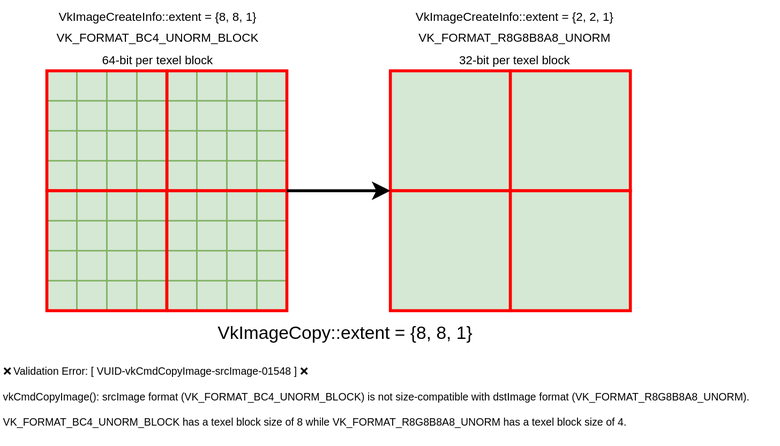
Earlier version of the draw.io export chapters/images/image_copies_mismatch_block_size.svg (KhronosGroup/Vulkan-Guide). Source tidied: cells renumbered, new cells last; positions are measured from the earlier drawing's top-left corner, leaving out a move shared by most shapes. The source it was exported from:
```xml
<mxGraphModel>
  <root>
    <mxCell id="0" />
    <mxCell id="1" parent="0" />
    <mxCell id="2" value="&lt;font style=&quot;font-size: 8px;&quot;&gt;VkImageCreateInfo::extent = {8, 8, 1}&lt;/font&gt;&lt;div&gt;&lt;font style=&quot;font-size: 8px;&quot;&gt;VK_FORMAT_BC4_UNORM_BLOCK &lt;br&gt;64-bit per texel block&lt;/font&gt;&lt;/div&gt;" style="text;html=1;align=center;verticalAlign=middle;whiteSpace=wrap;rounded=0;" parent="1" vertex="1">
      <mxGeometry width="210" height="47" as="geometry" />
    </mxCell>
    <mxCell id="3" style="group;fillColor=#d5e8d4;strokeColor=#82b366;" parent="1" vertex="1">
      <mxGeometry x="111" y="47" width="80" height="80" as="geometry" />
    </mxCell>
    <mxCell id="4" style="rounded=0;whiteSpace=wrap;html=1;fillColor=#d5e8d4;strokeColor=#82b366;" parent="3" vertex="1">
      <mxGeometry width="20" height="20" as="geometry" />
    </mxCell>
    <mxCell id="5" style="rounded=0;whiteSpace=wrap;html=1;fillColor=#d5e8d4;strokeColor=#82b366;" parent="3" vertex="1">
      <mxGeometry x="20" width="20" height="20" as="geometry" />
    </mxCell>
    <mxCell id="6" style="rounded=0;whiteSpace=wrap;html=1;fillColor=#d5e8d4;strokeColor=#82b366;" parent="3" vertex="1">
      <mxGeometry y="20" width="20" height="20" as="geometry" />
    </mxCell>
    <mxCell id="7" style="rounded=0;whiteSpace=wrap;html=1;fillColor=#d5e8d4;strokeColor=#82b366;" parent="3" vertex="1">
      <mxGeometry x="20" y="20" width="20" height="20" as="geometry" />
    </mxCell>
    <mxCell id="8" style="rounded=0;whiteSpace=wrap;html=1;fillColor=#d5e8d4;strokeColor=#82b366;" parent="3" vertex="1">
      <mxGeometry x="40" width="20" height="20" as="geometry" />
    </mxCell>
    <mxCell id="9" style="rounded=0;whiteSpace=wrap;html=1;fillColor=#d5e8d4;strokeColor=#82b366;" parent="3" vertex="1">
      <mxGeometry x="60" width="20" height="20" as="geometry" />
    </mxCell>
    <mxCell id="10" style="rounded=0;whiteSpace=wrap;html=1;fillColor=#d5e8d4;strokeColor=#82b366;" parent="3" vertex="1">
      <mxGeometry x="40" y="20" width="20" height="20" as="geometry" />
    </mxCell>
    <mxCell id="11" style="rounded=0;whiteSpace=wrap;html=1;fillColor=#d5e8d4;strokeColor=#82b366;" parent="3" vertex="1">
      <mxGeometry x="60" y="20" width="20" height="20" as="geometry" />
    </mxCell>
    <mxCell id="12" style="rounded=0;whiteSpace=wrap;html=1;fillColor=#d5e8d4;strokeColor=#82b366;" parent="3" vertex="1">
      <mxGeometry y="40" width="20" height="20" as="geometry" />
    </mxCell>
    <mxCell id="13" style="rounded=0;whiteSpace=wrap;html=1;fillColor=#d5e8d4;strokeColor=#82b366;" parent="3" vertex="1">
      <mxGeometry x="20" y="40" width="20" height="20" as="geometry" />
    </mxCell>
    <mxCell id="14" style="rounded=0;whiteSpace=wrap;html=1;fillColor=#d5e8d4;strokeColor=#82b366;" parent="3" vertex="1">
      <mxGeometry y="60" width="20" height="20" as="geometry" />
    </mxCell>
    <mxCell id="15" style="rounded=0;whiteSpace=wrap;html=1;fillColor=#d5e8d4;strokeColor=#82b366;" parent="3" vertex="1">
      <mxGeometry x="20" y="60" width="20" height="20" as="geometry" />
    </mxCell>
    <mxCell id="16" style="rounded=0;whiteSpace=wrap;html=1;fillColor=#d5e8d4;strokeColor=#82b366;" parent="3" vertex="1">
      <mxGeometry x="40" y="40" width="20" height="20" as="geometry" />
    </mxCell>
    <mxCell id="17" style="rounded=0;whiteSpace=wrap;html=1;fillColor=#d5e8d4;strokeColor=#82b366;" parent="3" vertex="1">
      <mxGeometry x="60" y="40" width="20" height="20" as="geometry" />
    </mxCell>
    <mxCell id="18" style="rounded=0;whiteSpace=wrap;html=1;fillColor=#d5e8d4;strokeColor=#82b366;" parent="3" vertex="1">
      <mxGeometry x="40" y="60" width="20" height="20" as="geometry" />
    </mxCell>
    <mxCell id="19" style="rounded=0;whiteSpace=wrap;html=1;fillColor=#d5e8d4;strokeColor=#82b366;" parent="3" vertex="1">
      <mxGeometry x="60" y="60" width="20" height="20" as="geometry" />
    </mxCell>
    <mxCell id="20" style="rounded=0;whiteSpace=wrap;html=1;fillColor=none;strokeColor=#FF0000;strokeWidth=2;" parent="3" vertex="1">
      <mxGeometry width="80" height="80" as="geometry" />
    </mxCell>
    <mxCell id="21" style="group;fillColor=#d5e8d4;strokeColor=#82b366;" parent="1" vertex="1">
      <mxGeometry x="31" y="47" width="80" height="80" as="geometry" />
    </mxCell>
    <mxCell id="22" style="rounded=0;whiteSpace=wrap;html=1;fillColor=#d5e8d4;strokeColor=#82b366;" parent="21" vertex="1">
      <mxGeometry width="20" height="20" as="geometry" />
    </mxCell>
    <mxCell id="23" style="rounded=0;whiteSpace=wrap;html=1;fillColor=#d5e8d4;strokeColor=#82b366;" parent="21" vertex="1">
      <mxGeometry x="20" width="20" height="20" as="geometry" />
    </mxCell>
    <mxCell id="24" style="rounded=0;whiteSpace=wrap;html=1;fillColor=#d5e8d4;strokeColor=#82b366;" parent="21" vertex="1">
      <mxGeometry y="20" width="20" height="20" as="geometry" />
    </mxCell>
    <mxCell id="25" style="rounded=0;whiteSpace=wrap;html=1;fillColor=#d5e8d4;strokeColor=#82b366;" parent="21" vertex="1">
      <mxGeometry x="20" y="20" width="20" height="20" as="geometry" />
    </mxCell>
    <mxCell id="26" style="rounded=0;whiteSpace=wrap;html=1;fillColor=#d5e8d4;strokeColor=#82b366;" parent="21" vertex="1">
      <mxGeometry x="40" width="20" height="20" as="geometry" />
    </mxCell>
    <mxCell id="27" style="rounded=0;whiteSpace=wrap;html=1;fillColor=#d5e8d4;strokeColor=#82b366;" parent="21" vertex="1">
      <mxGeometry x="60" width="20" height="20" as="geometry" />
    </mxCell>
    <mxCell id="28" style="rounded=0;whiteSpace=wrap;html=1;fillColor=#d5e8d4;strokeColor=#82b366;" parent="21" vertex="1">
      <mxGeometry x="40" y="20" width="20" height="20" as="geometry" />
    </mxCell>
    <mxCell id="29" style="rounded=0;whiteSpace=wrap;html=1;fillColor=#d5e8d4;strokeColor=#82b366;" parent="21" vertex="1">
      <mxGeometry x="60" y="20" width="20" height="20" as="geometry" />
    </mxCell>
    <mxCell id="30" style="rounded=0;whiteSpace=wrap;html=1;fillColor=#d5e8d4;strokeColor=#82b366;" parent="21" vertex="1">
      <mxGeometry y="40" width="20" height="20" as="geometry" />
    </mxCell>
    <mxCell id="31" style="rounded=0;whiteSpace=wrap;html=1;fillColor=#d5e8d4;strokeColor=#82b366;" parent="21" vertex="1">
      <mxGeometry x="20" y="40" width="20" height="20" as="geometry" />
    </mxCell>
    <mxCell id="32" style="rounded=0;whiteSpace=wrap;html=1;fillColor=#d5e8d4;strokeColor=#82b366;" parent="21" vertex="1">
      <mxGeometry y="60" width="20" height="20" as="geometry" />
    </mxCell>
    <mxCell id="33" style="rounded=0;whiteSpace=wrap;html=1;fillColor=#d5e8d4;strokeColor=#82b366;" parent="21" vertex="1">
      <mxGeometry x="20" y="60" width="20" height="20" as="geometry" />
    </mxCell>
    <mxCell id="34" style="rounded=0;whiteSpace=wrap;html=1;fillColor=#d5e8d4;strokeColor=#82b366;" parent="21" vertex="1">
      <mxGeometry x="40" y="40" width="20" height="20" as="geometry" />
    </mxCell>
    <mxCell id="35" style="rounded=0;whiteSpace=wrap;html=1;fillColor=#d5e8d4;strokeColor=#82b366;" parent="21" vertex="1">
      <mxGeometry x="60" y="40" width="20" height="20" as="geometry" />
    </mxCell>
    <mxCell id="36" style="rounded=0;whiteSpace=wrap;html=1;fillColor=#d5e8d4;strokeColor=#82b366;" parent="21" vertex="1">
      <mxGeometry x="40" y="60" width="20" height="20" as="geometry" />
    </mxCell>
    <mxCell id="37" style="rounded=0;whiteSpace=wrap;html=1;fillColor=#d5e8d4;strokeColor=#82b366;" parent="21" vertex="1">
      <mxGeometry x="60" y="60" width="20" height="20" as="geometry" />
    </mxCell>
    <mxCell id="38" style="rounded=0;whiteSpace=wrap;html=1;fillColor=none;strokeColor=#FF0000;strokeWidth=2;" parent="21" vertex="1">
      <mxGeometry width="80" height="80" as="geometry" />
    </mxCell>
    <mxCell id="39" style="group;fillColor=#d5e8d4;strokeColor=#82b366;" parent="1" vertex="1">
      <mxGeometry x="31" y="127" width="80" height="80" as="geometry" />
    </mxCell>
    <mxCell id="40" style="rounded=0;whiteSpace=wrap;html=1;fillColor=#d5e8d4;strokeColor=#82b366;" parent="39" vertex="1">
      <mxGeometry width="20" height="20" as="geometry" />
    </mxCell>
    <mxCell id="41" style="rounded=0;whiteSpace=wrap;html=1;fillColor=#d5e8d4;strokeColor=#82b366;" parent="39" vertex="1">
      <mxGeometry x="20" width="20" height="20" as="geometry" />
    </mxCell>
    <mxCell id="42" style="rounded=0;whiteSpace=wrap;html=1;fillColor=#d5e8d4;strokeColor=#82b366;" parent="39" vertex="1">
      <mxGeometry y="20" width="20" height="20" as="geometry" />
    </mxCell>
    <mxCell id="43" style="rounded=0;whiteSpace=wrap;html=1;fillColor=#d5e8d4;strokeColor=#82b366;" parent="39" vertex="1">
      <mxGeometry x="20" y="20" width="20" height="20" as="geometry" />
    </mxCell>
    <mxCell id="44" style="rounded=0;whiteSpace=wrap;html=1;fillColor=#d5e8d4;strokeColor=#82b366;" parent="39" vertex="1">
      <mxGeometry x="40" width="20" height="20" as="geometry" />
    </mxCell>
    <mxCell id="45" style="rounded=0;whiteSpace=wrap;html=1;fillColor=#d5e8d4;strokeColor=#82b366;" parent="39" vertex="1">
      <mxGeometry x="60" width="20" height="20" as="geometry" />
    </mxCell>
    <mxCell id="46" style="rounded=0;whiteSpace=wrap;html=1;fillColor=#d5e8d4;strokeColor=#82b366;" parent="39" vertex="1">
      <mxGeometry x="40" y="20" width="20" height="20" as="geometry" />
    </mxCell>
    <mxCell id="47" style="rounded=0;whiteSpace=wrap;html=1;fillColor=#d5e8d4;strokeColor=#82b366;" parent="39" vertex="1">
      <mxGeometry x="60" y="20" width="20" height="20" as="geometry" />
    </mxCell>
    <mxCell id="48" style="rounded=0;whiteSpace=wrap;html=1;fillColor=#d5e8d4;strokeColor=#82b366;" parent="39" vertex="1">
      <mxGeometry y="40" width="20" height="20" as="geometry" />
    </mxCell>
    <mxCell id="49" style="rounded=0;whiteSpace=wrap;html=1;fillColor=#d5e8d4;strokeColor=#82b366;" parent="39" vertex="1">
      <mxGeometry x="20" y="40" width="20" height="20" as="geometry" />
    </mxCell>
    <mxCell id="50" style="rounded=0;whiteSpace=wrap;html=1;fillColor=#d5e8d4;strokeColor=#82b366;" parent="39" vertex="1">
      <mxGeometry y="60" width="20" height="20" as="geometry" />
    </mxCell>
    <mxCell id="51" style="rounded=0;whiteSpace=wrap;html=1;fillColor=#d5e8d4;strokeColor=#82b366;" parent="39" vertex="1">
      <mxGeometry x="20" y="60" width="20" height="20" as="geometry" />
    </mxCell>
    <mxCell id="52" style="rounded=0;whiteSpace=wrap;html=1;fillColor=#d5e8d4;strokeColor=#82b366;" parent="39" vertex="1">
      <mxGeometry x="40" y="40" width="20" height="20" as="geometry" />
    </mxCell>
    <mxCell id="53" style="rounded=0;whiteSpace=wrap;html=1;fillColor=#d5e8d4;strokeColor=#82b366;" parent="39" vertex="1">
      <mxGeometry x="60" y="40" width="20" height="20" as="geometry" />
    </mxCell>
    <mxCell id="54" style="rounded=0;whiteSpace=wrap;html=1;fillColor=#d5e8d4;strokeColor=#82b366;" parent="39" vertex="1">
      <mxGeometry x="40" y="60" width="20" height="20" as="geometry" />
    </mxCell>
    <mxCell id="55" style="rounded=0;whiteSpace=wrap;html=1;fillColor=#d5e8d4;strokeColor=#82b366;" parent="39" vertex="1">
      <mxGeometry x="60" y="60" width="20" height="20" as="geometry" />
    </mxCell>
    <mxCell id="56" style="rounded=0;whiteSpace=wrap;html=1;fillColor=none;strokeColor=#FF0000;strokeWidth=2;" parent="39" vertex="1">
      <mxGeometry width="80" height="80" as="geometry" />
    </mxCell>
    <mxCell id="57" style="group;fillColor=#d5e8d4;strokeColor=#82b366;" parent="1" vertex="1">
      <mxGeometry x="111" y="127" width="80" height="80" as="geometry" />
    </mxCell>
    <mxCell id="58" style="rounded=0;whiteSpace=wrap;html=1;fillColor=#d5e8d4;strokeColor=#82b366;" parent="57" vertex="1">
      <mxGeometry width="20" height="20" as="geometry" />
    </mxCell>
    <mxCell id="59" style="rounded=0;whiteSpace=wrap;html=1;fillColor=#d5e8d4;strokeColor=#82b366;" parent="57" vertex="1">
      <mxGeometry x="20" width="20" height="20" as="geometry" />
    </mxCell>
    <mxCell id="60" style="rounded=0;whiteSpace=wrap;html=1;fillColor=#d5e8d4;strokeColor=#82b366;" parent="57" vertex="1">
      <mxGeometry y="20" width="20" height="20" as="geometry" />
    </mxCell>
    <mxCell id="61" style="rounded=0;whiteSpace=wrap;html=1;fillColor=#d5e8d4;strokeColor=#82b366;" parent="57" vertex="1">
      <mxGeometry x="20" y="20" width="20" height="20" as="geometry" />
    </mxCell>
    <mxCell id="62" style="rounded=0;whiteSpace=wrap;html=1;fillColor=#d5e8d4;strokeColor=#82b366;" parent="57" vertex="1">
      <mxGeometry x="40" width="20" height="20" as="geometry" />
    </mxCell>
    <mxCell id="63" style="rounded=0;whiteSpace=wrap;html=1;fillColor=#d5e8d4;strokeColor=#82b366;" parent="57" vertex="1">
      <mxGeometry x="60" width="20" height="20" as="geometry" />
    </mxCell>
    <mxCell id="64" style="rounded=0;whiteSpace=wrap;html=1;fillColor=#d5e8d4;strokeColor=#82b366;" parent="57" vertex="1">
      <mxGeometry x="40" y="20" width="20" height="20" as="geometry" />
    </mxCell>
    <mxCell id="65" style="rounded=0;whiteSpace=wrap;html=1;fillColor=#d5e8d4;strokeColor=#82b366;" parent="57" vertex="1">
      <mxGeometry x="60" y="20" width="20" height="20" as="geometry" />
    </mxCell>
    <mxCell id="66" style="rounded=0;whiteSpace=wrap;html=1;fillColor=#d5e8d4;strokeColor=#82b366;" parent="57" vertex="1">
      <mxGeometry y="40" width="20" height="20" as="geometry" />
    </mxCell>
    <mxCell id="67" style="rounded=0;whiteSpace=wrap;html=1;fillColor=#d5e8d4;strokeColor=#82b366;" parent="57" vertex="1">
      <mxGeometry x="20" y="40" width="20" height="20" as="geometry" />
    </mxCell>
    <mxCell id="68" style="rounded=0;whiteSpace=wrap;html=1;fillColor=#d5e8d4;strokeColor=#82b366;" parent="57" vertex="1">
      <mxGeometry y="60" width="20" height="20" as="geometry" />
    </mxCell>
    <mxCell id="69" style="rounded=0;whiteSpace=wrap;html=1;fillColor=#d5e8d4;strokeColor=#82b366;" parent="57" vertex="1">
      <mxGeometry x="20" y="60" width="20" height="20" as="geometry" />
    </mxCell>
    <mxCell id="70" style="rounded=0;whiteSpace=wrap;html=1;fillColor=#d5e8d4;strokeColor=#82b366;" parent="57" vertex="1">
      <mxGeometry x="40" y="40" width="20" height="20" as="geometry" />
    </mxCell>
    <mxCell id="71" style="rounded=0;whiteSpace=wrap;html=1;fillColor=#d5e8d4;strokeColor=#82b366;" parent="57" vertex="1">
      <mxGeometry x="60" y="40" width="20" height="20" as="geometry" />
    </mxCell>
    <mxCell id="72" style="rounded=0;whiteSpace=wrap;html=1;fillColor=#d5e8d4;strokeColor=#82b366;" parent="57" vertex="1">
      <mxGeometry x="40" y="60" width="20" height="20" as="geometry" />
    </mxCell>
    <mxCell id="73" style="rounded=0;whiteSpace=wrap;html=1;fillColor=#d5e8d4;strokeColor=#82b366;" parent="57" vertex="1">
      <mxGeometry x="60" y="60" width="20" height="20" as="geometry" />
    </mxCell>
    <mxCell id="74" style="rounded=0;whiteSpace=wrap;html=1;fillColor=none;strokeColor=#FF0000;strokeWidth=2;" parent="57" vertex="1">
      <mxGeometry width="80" height="80" as="geometry" />
    </mxCell>
    <mxCell id="75" value="VkImageCopy::e&lt;span style=&quot;background-color: transparent; color: light-dark(rgb(0, 0, 0), rgb(255, 255, 255));&quot;&gt;xtent = {8, 8, 1}&lt;/span&gt;" style="text;html=1;align=center;verticalAlign=middle;whiteSpace=wrap;rounded=0;" parent="1" vertex="1">
      <mxGeometry x="80" y="207" width="300" height="30" as="geometry" />
    </mxCell>
    <mxCell id="76" style="group;fillColor=#d5e8d4;strokeColor=#82b366;" parent="1" vertex="1">
      <mxGeometry x="260" y="47" width="80" height="80" as="geometry" />
    </mxCell>
    <mxCell id="77" style="rounded=0;whiteSpace=wrap;html=1;fillColor=none;strokeColor=#FF0000;strokeWidth=2;" parent="1" vertex="1">
      <mxGeometry x="260" y="47" width="80" height="80" as="geometry" />
    </mxCell>
    <mxCell id="78" style="group;fillColor=#d5e8d4;strokeColor=#82b366;" parent="1" vertex="1">
      <mxGeometry x="340" y="47" width="80" height="80" as="geometry" />
    </mxCell>
    <mxCell id="79" style="rounded=0;whiteSpace=wrap;html=1;fillColor=none;strokeColor=#FF0000;strokeWidth=2;" parent="1" vertex="1">
      <mxGeometry x="340" y="47" width="80" height="80" as="geometry" />
    </mxCell>
    <mxCell id="80" style="group;fillColor=#d5e8d4;strokeColor=#82b366;" parent="1" vertex="1">
      <mxGeometry x="260" y="127" width="80" height="80" as="geometry" />
    </mxCell>
    <mxCell id="81" style="rounded=0;whiteSpace=wrap;html=1;fillColor=none;strokeColor=#FF0000;strokeWidth=2;" parent="1" vertex="1">
      <mxGeometry x="260" y="127" width="80" height="80" as="geometry" />
    </mxCell>
    <mxCell id="82" style="group;fillColor=#d5e8d4;strokeColor=#82b366;" parent="1" vertex="1">
      <mxGeometry x="340" y="127" width="80" height="80" as="geometry" />
    </mxCell>
    <mxCell id="83" style="rounded=0;whiteSpace=wrap;html=1;fillColor=none;strokeColor=#FF0000;strokeWidth=2;" parent="1" vertex="1">
      <mxGeometry x="340" y="127" width="80" height="80" as="geometry" />
    </mxCell>
    <mxCell id="84" style="endArrow=classic;html=1;rounded=0;exitX=1;exitY=1;exitDx=0;exitDy=0;strokeWidth=2;" parent="1" edge="1" source="20">
      <mxGeometry relative="1" as="geometry">
        <mxPoint x="260" y="127" as="targetPoint" />
      </mxGeometry>
    </mxCell>
    <mxCell id="85" value="&lt;font style=&quot;font-size: 8px;&quot;&gt;VkImageCreateInfo::extent = {2, 2, 1}&lt;/font&gt;&lt;div&gt;&lt;font style=&quot;font-size: 8px;&quot;&gt;VK_FORMAT_R8G8B8A8_UNORM&lt;/font&gt;&lt;/div&gt;&lt;div&gt;&lt;span style=&quot;font-size: 8px;&quot;&gt;32-bit per texel block&lt;/span&gt;&lt;/div&gt;" style="text;html=1;align=center;verticalAlign=middle;whiteSpace=wrap;rounded=0;" parent="1" vertex="1">
      <mxGeometry x="238" width="210" height="47" as="geometry" />
    </mxCell>
    <mxCell id="86" value="❌ Validation Error: [ VUID-vkCmdCopyImage-srcImage-01548 ] ❌&#10;&#10;vkCmdCopyImage(): srcImage format (VK_FORMAT_BC4_UNORM_BLOCK) is not size-compatible with dstImage format (VK_FORMAT_R8G8B8A8_UNORM). &#10;&#10;VK_FORMAT_BC4_UNORM_BLOCK has a texel block size of 8 while VK_FORMAT_R8G8B8A8_UNORM has a texel block size of 4." style="text;whiteSpace=wrap;fontSize=7;" parent="1" vertex="1">
      <mxGeometry y="237" width="520" height="60" as="geometry" />
    </mxCell>
  </root>
</mxGraphModel>
```
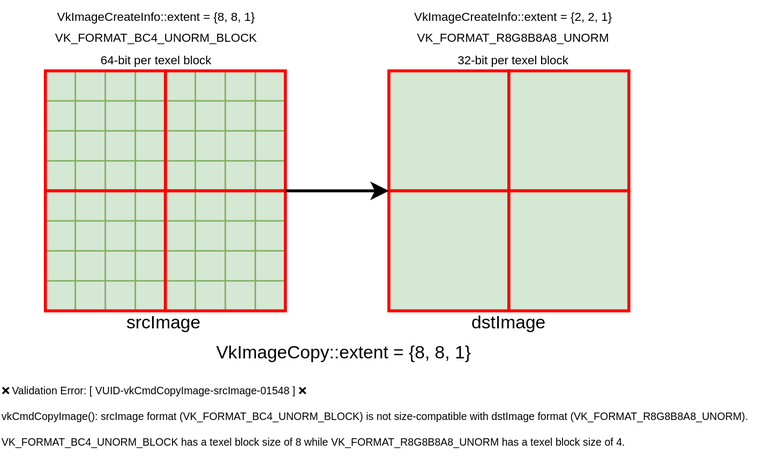
The same diagram one commit later.

What changed in the source:
```diff
@@ -222,7 +222,7 @@
       <mxGeometry width="80" height="80" as="geometry" />
     </mxCell>
     <mxCell id="75" value="VkImageCopy::e&lt;span style=&quot;background-color: transparent; color: light-dark(rgb(0, 0, 0), rgb(255, 255, 255));&quot;&gt;xtent = {8, 8, 1}&lt;/span&gt;" style="text;html=1;align=center;verticalAlign=middle;whiteSpace=wrap;rounded=0;" parent="1" vertex="1">
-      <mxGeometry x="80" y="207" width="300" height="30" as="geometry" />
+      <mxGeometry x="80" y="220" width="300" height="30" as="geometry" />
     </mxCell>
     <mxCell id="76" style="group;fillColor=#d5e8d4;strokeColor=#82b366;" parent="1" vertex="1">
       <mxGeometry x="260" y="47" width="80" height="80" as="geometry" />
@@ -257,7 +257,13 @@
       <mxGeometry x="238" width="210" height="47" as="geometry" />
     </mxCell>
     <mxCell id="86" value="❌ Validation Error: [ VUID-vkCmdCopyImage-srcImage-01548 ] ❌&#10;&#10;vkCmdCopyImage(): srcImage format (VK_FORMAT_BC4_UNORM_BLOCK) is not size-compatible with dstImage format (VK_FORMAT_R8G8B8A8_UNORM). &#10;&#10;VK_FORMAT_BC4_UNORM_BLOCK has a texel block size of 8 while VK_FORMAT_R8G8B8A8_UNORM has a texel block size of 4." style="text;whiteSpace=wrap;fontSize=7;" parent="1" vertex="1">
-      <mxGeometry y="237" width="520" height="60" as="geometry" />
+      <mxGeometry y="250" width="520" height="60" as="geometry" />
     </mxCell>
+    <mxCell id="87" value="srcImage" style="text;html=1;align=center;verticalAlign=middle;whiteSpace=wrap;rounded=0;" parent="1" vertex="1">
+      <mxGeometry x="80" y="200" width="60" height="30" as="geometry" />
+    </mxCell>
+    <mxCell id="88" value="dstImage" style="text;html=1;align=center;verticalAlign=middle;whiteSpace=wrap;rounded=0;" parent="1" vertex="1">
+      <mxGeometry x="310" y="200" width="60" height="30" as="geometry" />
+    </mxCell>
   </root>
 </mxGraphModel>
```
